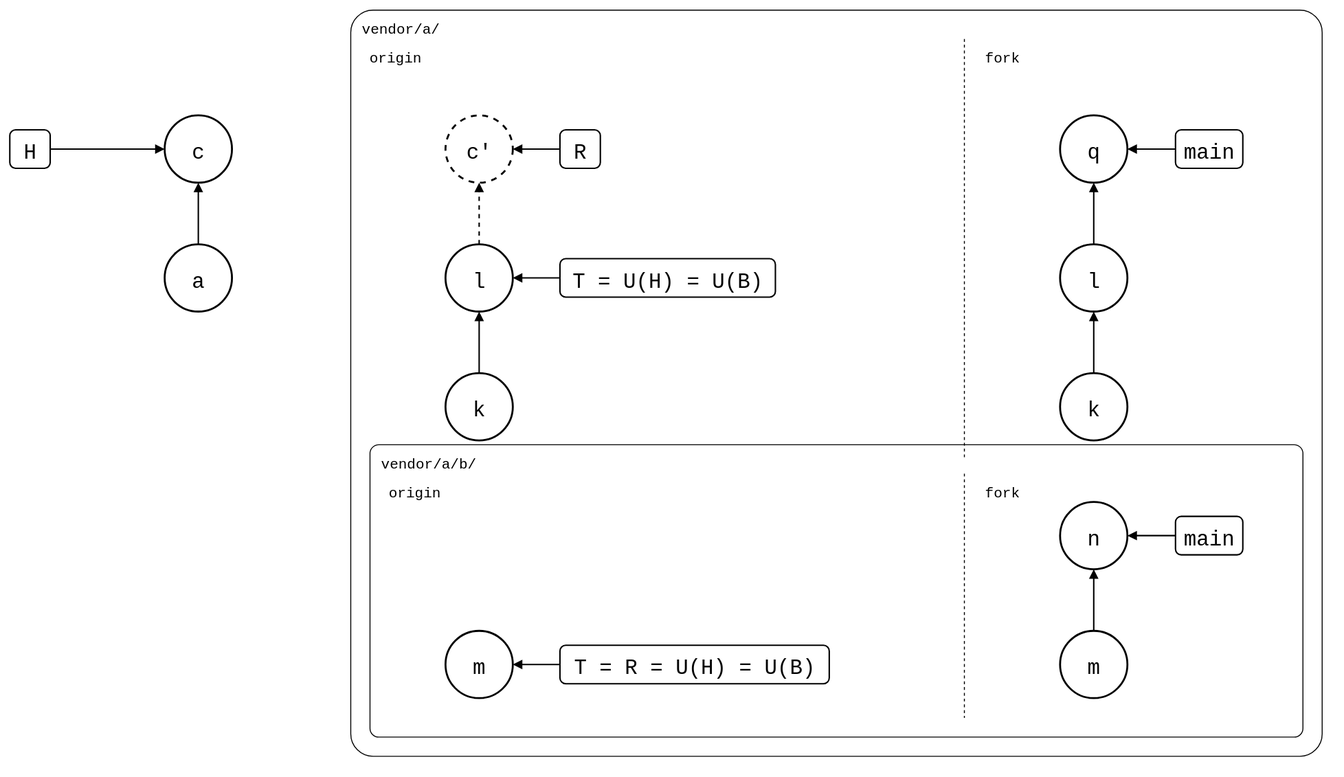
Before: git-splice/test/scenarios/05-nested-splices/01-nested-splices/01-outer-fork/same-name-below.drawio.svg, a diagram exported from draw.io (roschaefer/episodes). Source tidied: cells renumbered, new cells last; positions are measured from the earlier drawing's top-left corner, leaving out a move shared by most shapes.
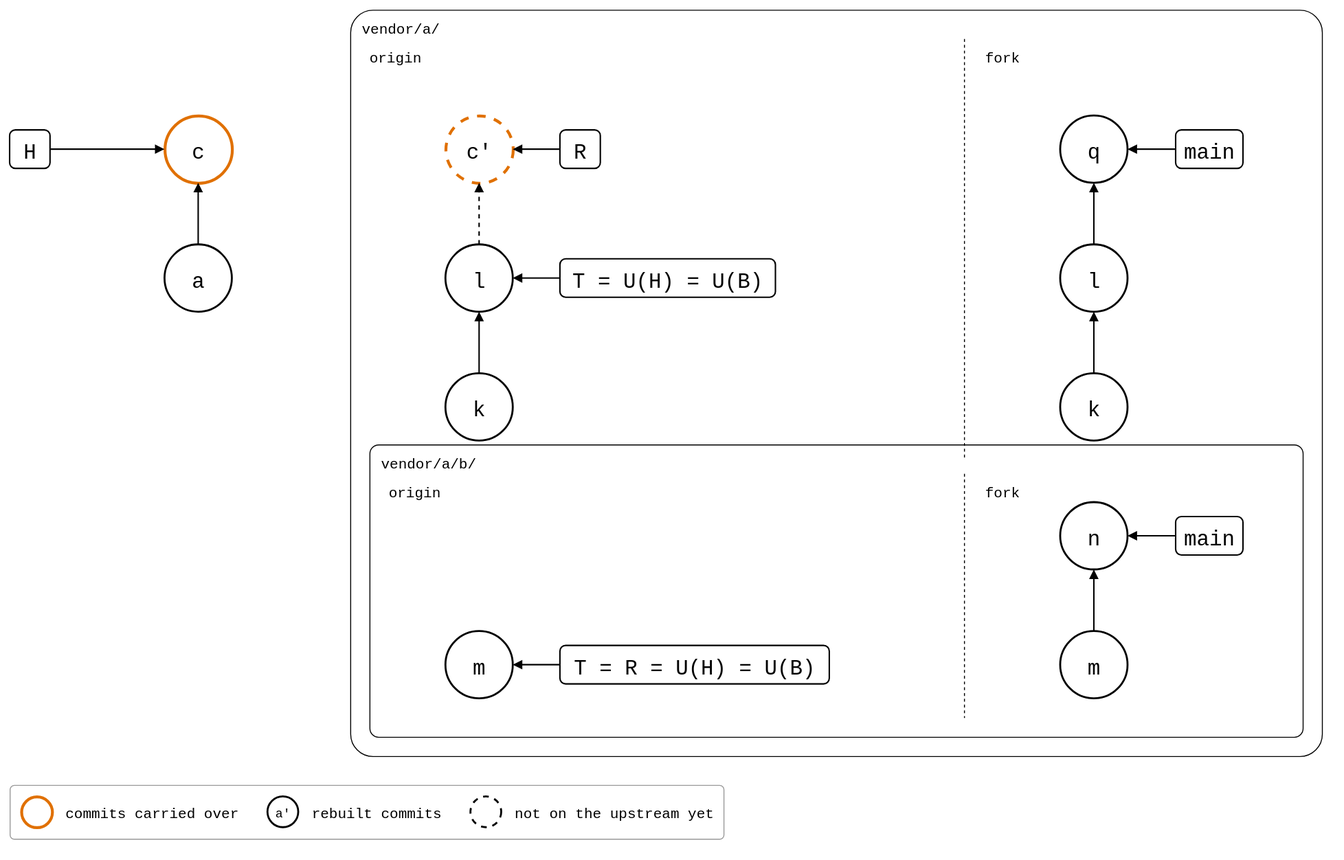
Later version of the same file.

Change to the diagram source:
```diff
@@ -26,7 +26,7 @@
     <mxCell id="9" value="fork" style="text;fontSize=15;align=left;verticalAlign=top;fontFamily=Roboto Mono,monospace;" parent="1" vertex="1">
       <mxGeometry x="1012" y="486" width="120" height="24" as="geometry" />
     </mxCell>
-    <mxCell id="10" value="c" style="ellipse;strokeWidth=2;fontSize=22;fontFamily=Roboto Mono,monospace;" parent="1" vertex="1">
+    <mxCell id="10" value="c" style="ellipse;fontSize=22;fontFamily=Roboto Mono,monospace;strokeColor=#E07000;strokeWidth=3;" parent="1" vertex="1">
       <mxGeometry x="161" y="110" width="70" height="70" as="geometry" />
     </mxCell>
     <mxCell id="11" value="a" style="ellipse;strokeWidth=2;fontSize=22;fontFamily=Roboto Mono,monospace;" parent="1" vertex="1">
@@ -62,7 +62,7 @@
     <mxCell id="21" value="T = U(H) = U(B)" style="rounded=1;strokeWidth=1.5;fontSize=22;fontFamily=Roboto Mono,monospace;" parent="1" vertex="1">
       <mxGeometry x="572" y="259" width="224" height="40" as="geometry" />
     </mxCell>
-    <mxCell id="22" value="c'" style="ellipse;strokeWidth=2;fontSize=22;fontFamily=Roboto Mono,monospace;dashed=1;" parent="1" vertex="1">
+    <mxCell id="22" value="c'" style="ellipse;fontSize=22;fontFamily=Roboto Mono,monospace;dashed=1;strokeColor=#E07000;strokeWidth=3;" parent="1" vertex="1">
       <mxGeometry x="453" y="110" width="70" height="70" as="geometry" />
     </mxCell>
     <mxCell id="23" value="R" style="rounded=1;strokeWidth=1.5;fontSize=22;fontFamily=Roboto Mono,monospace;" parent="1" vertex="1">
@@ -113,5 +113,26 @@
     <mxCell id="38" style="endArrow=block;endFill=1;html=1;strokeWidth=1.5;rounded=0;dashed=1;" parent="1" edge="1" source="12" target="22">
       <mxGeometry relative="1" as="geometry" />
     </mxCell>
+    <mxCell id="39" style="rounded=1;arcSize=8;fillColor=none;strokeColor=#999999;strokeWidth=1;legend=1;" parent="1" vertex="1">
+      <mxGeometry y="806" width="742" height="56" as="geometry" />
+    </mxCell>
+    <mxCell id="40" style="ellipse;fontSize=13;fontFamily=Roboto Mono,monospace;strokeColor=#E07000;strokeWidth=3;" parent="39" vertex="1">
+      <mxGeometry x="12" y="12" width="32" height="32" as="geometry" />
+    </mxCell>
+    <mxCell id="41" value="commits carried over" style="text;align=left;verticalAlign=middle;fontSize=15;fontFamily=Roboto Mono,monospace;" parent="39" vertex="1">
+      <mxGeometry x="56" y="12" width="180" height="32" as="geometry" />
+    </mxCell>
+    <mxCell id="42" value="a'" style="ellipse;fontSize=13;fontFamily=Roboto Mono,monospace;strokeWidth=2;" parent="39" vertex="1">
+      <mxGeometry x="268" y="12" width="32" height="32" as="geometry" />
+    </mxCell>
+    <mxCell id="43" value="rebuilt commits" style="text;align=left;verticalAlign=middle;fontSize=15;fontFamily=Roboto Mono,monospace;" parent="39" vertex="1">
+      <mxGeometry x="312" y="12" width="135" height="32" as="geometry" />
+    </mxCell>
+    <mxCell id="44" style="ellipse;fontSize=13;fontFamily=Roboto Mono,monospace;strokeWidth=2;dashed=1;" parent="39" vertex="1">
+      <mxGeometry x="479" y="12" width="32" height="32" as="geometry" />
+    </mxCell>
+    <mxCell id="45" value="not on the upstream yet" style="text;align=left;verticalAlign=middle;fontSize=15;fontFamily=Roboto Mono,monospace;" parent="39" vertex="1">
+      <mxGeometry x="523" y="12" width="207" height="32" as="geometry" />
+    </mxCell>
   </root>
 </mxGraphModel>
```
